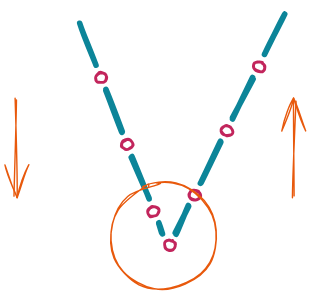
Before: source/_static/common/sub_t01.excalidraw.svg, a diagram exported from Excalidraw (Project-YXKJ/SilverStarSCS.Docs-zh-cn). Source tidied: one line per element, renumbered; positions are measured from the earlier drawing's top-left corner, leaving out a move shared by most shapes. The source it was exported from:
```json
{"id": 0, "type": "line", "strokeColor": "#0c8599", "angle": 0.46, "strokeWidth": 4, "roughness": 1, "round": true, "x": 162, "y": 46, "width": 0, "height": 32, "points": [[0, 0], [0, 32]]}
{"id": 1, "type": "line", "strokeColor": "#0c8599", "angle": 0.46, "strokeWidth": 4, "roughness": 1, "x": 186, "y": 0, "width": 0, "height": 32, "points": [[0, 0], [0, 32]]}
{"id": 2, "type": "line", "strokeColor": "#0c8599", "angle": 0.46, "strokeWidth": 4, "roughness": 1, "round": true, "x": 140, "y": 92, "width": 0, "height": 32, "points": [[0, 0], [0, 32]]}
{"id": 3, "type": "line", "strokeColor": "#0c8599", "angle": 0.46, "strokeWidth": 4, "roughness": 1, "round": true, "x": 119, "y": 138, "width": 0, "height": 21, "points": [[0, 0], [0, 21]]}
{"id": 4, "type": "ellipse", "strokeColor": "#c2255c", "angle": 0.46, "strokeWidth": 2, "roughness": 1, "round": true, "x": 170, "y": 36, "width": 8, "height": 7}
{"id": 5, "type": "ellipse", "strokeColor": "#c2255c", "angle": 0.46, "strokeWidth": 2, "roughness": 1, "round": true, "x": 147, "y": 82, "width": 8, "height": 7}
{"id": 6, "type": "ellipse", "strokeColor": "#c2255c", "angle": 0.46, "strokeWidth": 2, "roughness": 1, "round": true, "x": 124, "y": 128, "width": 8, "height": 7}
{"id": 7, "type": "ellipse", "strokeColor": "#c2255c", "angle": 0.46, "strokeWidth": 2, "roughness": 1, "round": true, "x": 107, "y": 163, "width": 8, "height": 7}
{"id": 8, "type": "line", "strokeColor": "#0c8599", "angle": 5.91, "strokeWidth": 4, "roughness": 1, "round": true, "x": 71, "y": 55, "width": 0, "height": 32, "points": [[0, 0], [0, 32]]}
{"id": 9, "type": "line", "strokeColor": "#0c8599", "angle": 5.91, "strokeWidth": 4, "roughness": 1, "x": 52, "y": 7, "width": 0, "height": 32, "points": [[0, 0], [0, 32]]}
{"id": 10, "type": "line", "strokeColor": "#0c8599", "angle": 5.91, "strokeWidth": 4, "roughness": 1, "round": true, "x": 89, "y": 103, "width": 0, "height": 32, "points": [[0, 0], [0, 32]]}
{"id": 11, "type": "line", "strokeColor": "#0c8599", "angle": 5.91, "strokeWidth": 4, "roughness": 1, "round": true, "x": 104, "y": 151, "width": 0, "height": 8, "points": [[0, 0], [0, 8]]}
{"id": 12, "type": "ellipse", "strokeColor": "#c2255c", "angle": 5.91, "strokeWidth": 2, "roughness": 1, "round": true, "x": 57, "y": 44, "width": 8, "height": 7}
{"id": 13, "type": "ellipse", "strokeColor": "#c2255c", "angle": 5.91, "strokeWidth": 2, "roughness": 1, "round": true, "x": 76, "y": 91, "width": 8, "height": 7}
{"id": 14, "type": "ellipse", "strokeColor": "#c2255c", "angle": 5.91, "strokeWidth": 2, "roughness": 1, "round": true, "x": 95, "y": 139, "width": 8, "height": 7}
{"id": 15, "type": "ellipse", "strokeColor": "#e8590c", "strokeWidth": 1, "roughness": 1, "x": 68, "y": 122, "width": 76, "height": 77}
{"id": 16, "type": "arrow", "strokeColor": "#e8590c", "strokeWidth": 1, "roughness": 1, "endArrowhead": "arrow", "round": true, "x": 0, "y": 63, "width": 0, "height": 69, "points": [[0, 0], [0, 69]]}
{"id": 17, "type": "arrow", "strokeColor": "#e8590c", "strokeWidth": 1, "roughness": 1, "startArrowhead": "arrow", "round": true, "x": 200, "y": 63, "width": 0, "height": 69, "points": [[0, 0], [0, 69]]}
```
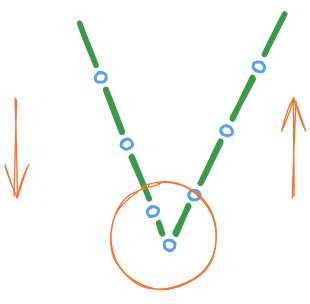
The same diagram one commit later.

What changed in the source:
```diff
@@ -1,18 +1,18 @@
-{"id": 0, "type": "line", "strokeColor": "#0c8599", "angle": 0.46, "strokeWidth": 4, "roughness": 1, "round": true, "x": 162, "y": 46, "width": 0, "height": 32, "points": [[0, 0], [0, 32]]}
+{"id": 0, "type": "line", "strokeColor": "#2f9e44", "angle": 0.46, "strokeWidth": 4, "roughness": 1, "round": true, "x": 162, "y": 46, "width": 0, "height": 32, "points": [[0, 0], [0, 32]]}
-{"id": 1, "type": "line", "strokeColor": "#0c8599", "angle": 0.46, "strokeWidth": 4, "roughness": 1, "x": 186, "y": 0, "width": 0, "height": 32, "points": [[0, 0], [0, 32]]}
+{"id": 1, "type": "line", "strokeColor": "#2f9e44", "angle": 0.46, "strokeWidth": 4, "roughness": 1, "x": 186, "y": 0, "width": 0, "height": 32, "points": [[0, 0], [0, 32]]}
-{"id": 2, "type": "line", "strokeColor": "#0c8599", "angle": 0.46, "strokeWidth": 4, "roughness": 1, "round": true, "x": 140, "y": 92, "width": 0, "height": 32, "points": [[0, 0], [0, 32]]}
+{"id": 2, "type": "line", "strokeColor": "#2f9e44", "angle": 0.46, "strokeWidth": 4, "roughness": 1, "round": true, "x": 140, "y": 92, "width": 0, "height": 32, "points": [[0, 0], [0, 32]]}
-{"id": 3, "type": "line", "strokeColor": "#0c8599", "angle": 0.46, "strokeWidth": 4, "roughness": 1, "round": true, "x": 119, "y": 138, "width": 0, "height": 21, "points": [[0, 0], [0, 21]]}
+{"id": 3, "type": "line", "strokeColor": "#2f9e44", "angle": 0.46, "strokeWidth": 4, "roughness": 1, "round": true, "x": 119, "y": 138, "width": 0, "height": 21, "points": [[0, 0], [0, 21]]}
+{"id": 8, "type": "line", "strokeColor": "#2f9e44", "angle": 5.91, "strokeWidth": 4, "roughness": 1, "round": true, "x": 71, "y": 55, "width": 0, "height": 32, "points": [[0, 0], [0, 32]]}
+{"id": 9, "type": "line", "strokeColor": "#2f9e44", "angle": 5.91, "strokeWidth": 4, "roughness": 1, "x": 52, "y": 7, "width": 0, "height": 32, "points": [[0, 0], [0, 32]]}
+{"id": 10, "type": "line", "strokeColor": "#2f9e44", "angle": 5.91, "strokeWidth": 4, "roughness": 1, "round": true, "x": 89, "y": 103, "width": 0, "height": 32, "points": [[0, 0], [0, 32]]}
+{"id": 11, "type": "line", "strokeColor": "#2f9e44", "angle": 5.91, "strokeWidth": 4, "roughness": 1, "round": true, "x": 104, "y": 151, "width": 0, "height": 8, "points": [[0, 0], [0, 8]]}
-{"id": 4, "type": "ellipse", "strokeColor": "#c2255c", "angle": 0.46, "strokeWidth": 2, "roughness": 1, "round": true, "x": 170, "y": 36, "width": 8, "height": 7}
+{"id": 4, "type": "ellipse", "strokeColor": "#1971c2", "angle": 0.46, "strokeWidth": 2, "roughness": 1, "round": true, "x": 170, "y": 36, "width": 8, "height": 7}
-{"id": 5, "type": "ellipse", "strokeColor": "#c2255c", "angle": 0.46, "strokeWidth": 2, "roughness": 1, "round": true, "x": 147, "y": 82, "width": 8, "height": 7}
+{"id": 5, "type": "ellipse", "strokeColor": "#1971c2", "angle": 0.46, "strokeWidth": 2, "roughness": 1, "round": true, "x": 147, "y": 82, "width": 8, "height": 7}
-{"id": 6, "type": "ellipse", "strokeColor": "#c2255c", "angle": 0.46, "strokeWidth": 2, "roughness": 1, "round": true, "x": 124, "y": 128, "width": 8, "height": 7}
+{"id": 6, "type": "ellipse", "strokeColor": "#1971c2", "angle": 0.46, "strokeWidth": 2, "roughness": 1, "round": true, "x": 124, "y": 128, "width": 8, "height": 7}
-{"id": 7, "type": "ellipse", "strokeColor": "#c2255c", "angle": 0.46, "strokeWidth": 2, "roughness": 1, "round": true, "x": 107, "y": 163, "width": 8, "height": 7}
+{"id": 7, "type": "ellipse", "strokeColor": "#1971c2", "angle": 0.46, "strokeWidth": 2, "roughness": 1, "round": true, "x": 106, "y": 163, "width": 8, "height": 7}
-{"id": 8, "type": "line", "strokeColor": "#0c8599", "angle": 5.91, "strokeWidth": 4, "roughness": 1, "round": true, "x": 71, "y": 55, "width": 0, "height": 32, "points": [[0, 0], [0, 32]]}
-{"id": 9, "type": "line", "strokeColor": "#0c8599", "angle": 5.91, "strokeWidth": 4, "roughness": 1, "x": 52, "y": 7, "width": 0, "height": 32, "points": [[0, 0], [0, 32]]}
-{"id": 10, "type": "line", "strokeColor": "#0c8599", "angle": 5.91, "strokeWidth": 4, "roughness": 1, "round": true, "x": 89, "y": 103, "width": 0, "height": 32, "points": [[0, 0], [0, 32]]}
-{"id": 11, "type": "line", "strokeColor": "#0c8599", "angle": 5.91, "strokeWidth": 4, "roughness": 1, "round": true, "x": 104, "y": 151, "width": 0, "height": 8, "points": [[0, 0], [0, 8]]}
-{"id": 12, "type": "ellipse", "strokeColor": "#c2255c", "angle": 5.91, "strokeWidth": 2, "roughness": 1, "round": true, "x": 57, "y": 44, "width": 8, "height": 7}
+{"id": 12, "type": "ellipse", "strokeColor": "#1971c2", "angle": 5.91, "strokeWidth": 2, "roughness": 1, "round": true, "x": 57, "y": 43, "width": 8, "height": 7}
-{"id": 13, "type": "ellipse", "strokeColor": "#c2255c", "angle": 5.91, "strokeWidth": 2, "roughness": 1, "round": true, "x": 76, "y": 91, "width": 8, "height": 7}
+{"id": 13, "type": "ellipse", "strokeColor": "#1971c2", "angle": 5.91, "strokeWidth": 2, "roughness": 1, "round": true, "x": 76, "y": 91, "width": 8, "height": 7}
-{"id": 14, "type": "ellipse", "strokeColor": "#c2255c", "angle": 5.91, "strokeWidth": 2, "roughness": 1, "round": true, "x": 95, "y": 139, "width": 8, "height": 7}
+{"id": 14, "type": "ellipse", "strokeColor": "#1971c2", "angle": 5.91, "strokeWidth": 2, "roughness": 1, "round": true, "x": 94, "y": 139, "width": 8, "height": 7}
 {"id": 15, "type": "ellipse", "strokeColor": "#e8590c", "strokeWidth": 1, "roughness": 1, "x": 68, "y": 122, "width": 76, "height": 77}
 {"id": 16, "type": "arrow", "strokeColor": "#e8590c", "strokeWidth": 1, "roughness": 1, "endArrowhead": "arrow", "round": true, "x": 0, "y": 63, "width": 0, "height": 69, "points": [[0, 0], [0, 69]]}
 {"id": 17, "type": "arrow", "strokeColor": "#e8590c", "strokeWidth": 1, "roughness": 1, "startArrowhead": "arrow", "round": true, "x": 200, "y": 63, "width": 0, "height": 69, "points": [[0, 0], [0, 69]]}
```
